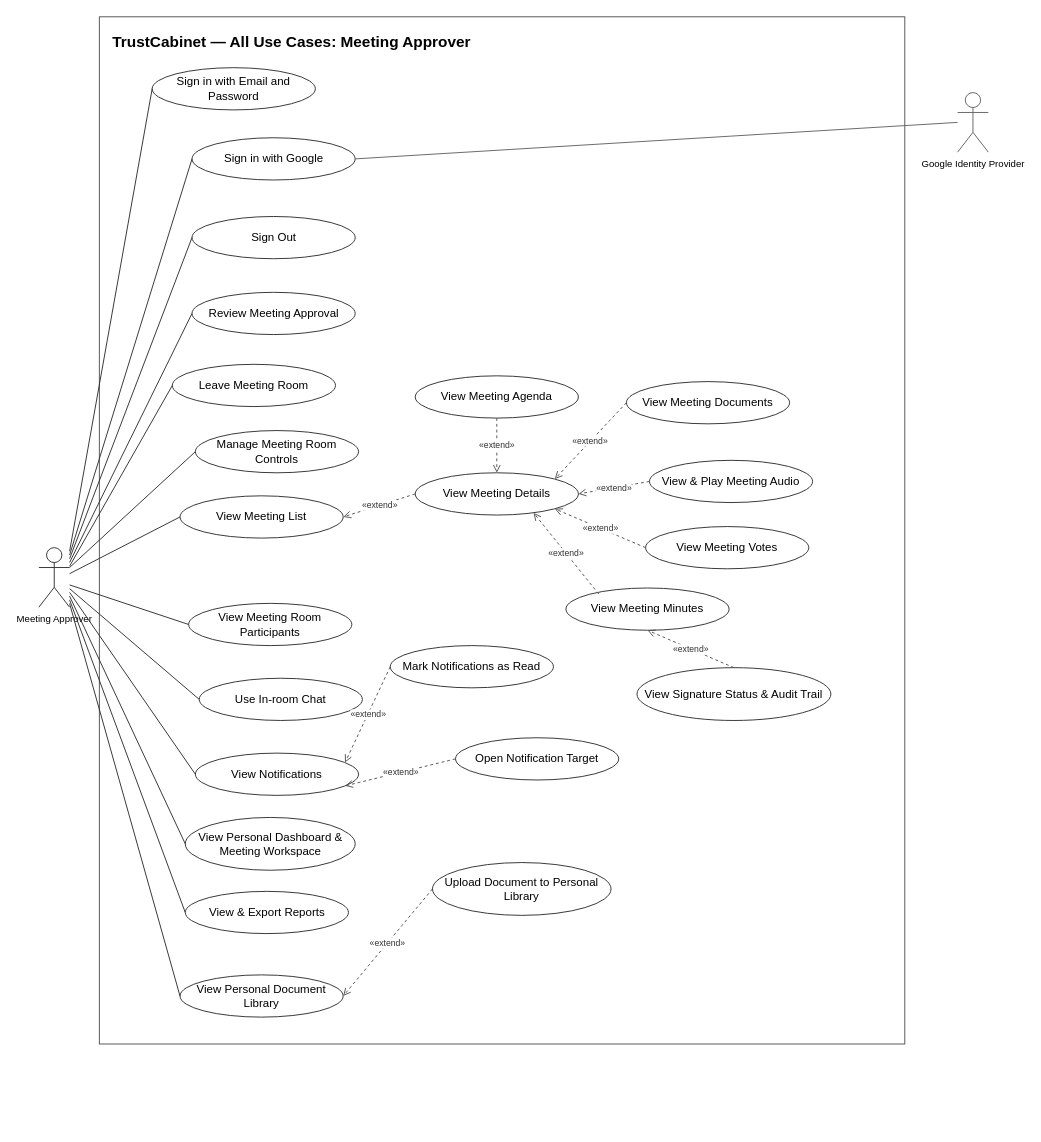
callmehai/FU-FA26-G116 keeps this draw.io diagram as page "Meeting Approver" (3 of 7) of docs/assets/use-case-diagrams/trustcabinet-use-cases.drawio. Above is the earlier version. Source tidied: cells renumbered, new cells numbered last; positions are measured from the earlier drawing's top-left corner, leaving out a move shared by most shapes. Both pictures are drawn from the tidied source at 96%, with x=0, y=0 at pixel (38, 16).
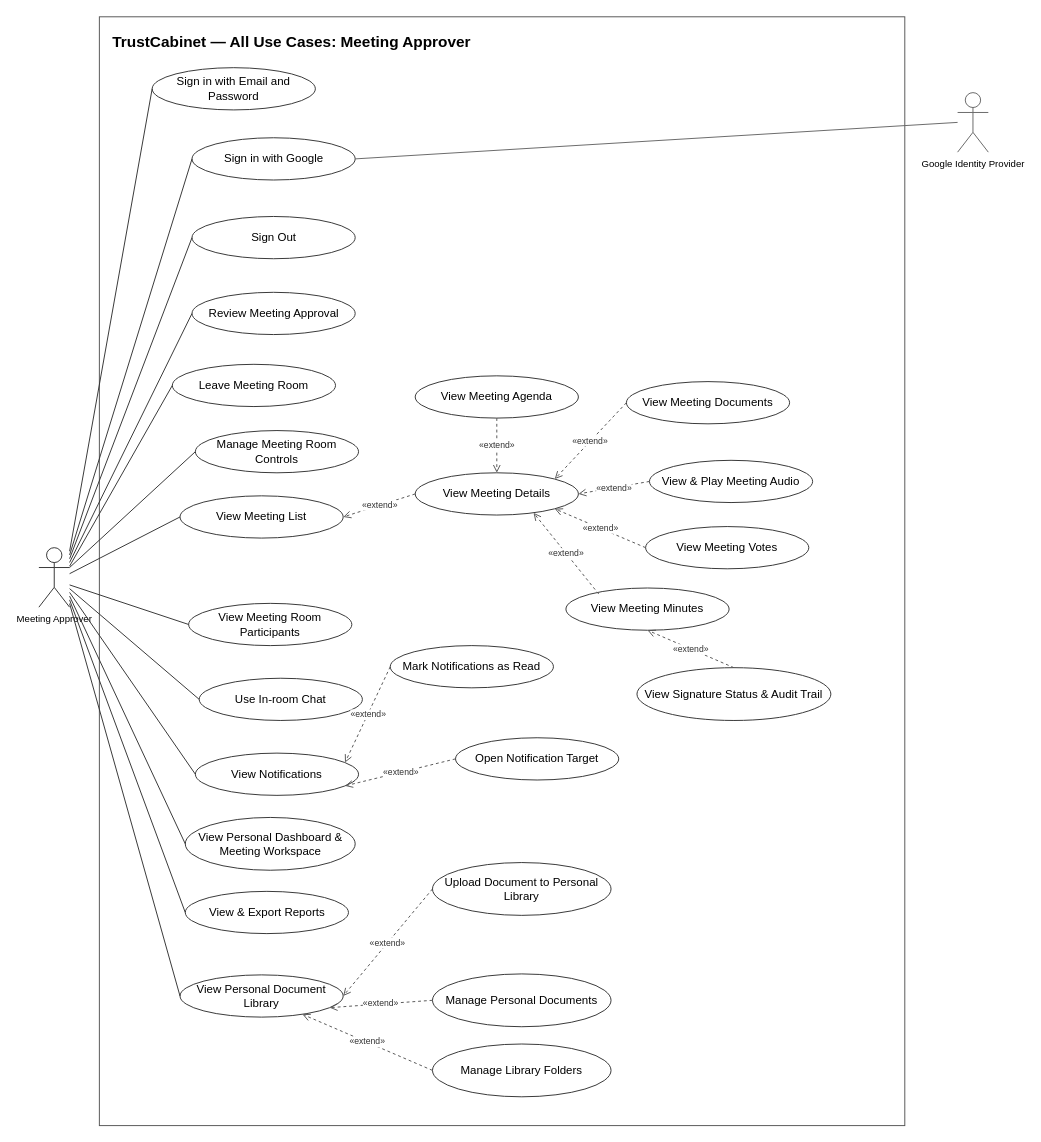
The same page after the edit.

Unchanged cells that the change refers to:
```xml
<mxCell id="24" value="View Personal Document Library" style="ellipse;whiteSpace=wrap;html=1;align=center;verticalAlign=middle;fontSize=12;strokeColor=#333333;fillColor=#ffffff;" parent="1" vertex="1">
  <mxGeometry x="147" y="998" width="170" height="44" as="geometry" />
</mxCell>
```

What changed in the source:
```diff
@@
     <mxCell id="2" value="TrustCabinet — All Use Cases: Meeting Approver" style="rounded=0;whiteSpace=wrap;html=1;align=left;verticalAlign=top;spacingTop=10;spacingLeft=12;fontStyle=1;fontSize=16;strokeColor=#555555;fillColor=none;" parent="1" vertex="1">
-      <mxGeometry x="63" width="839" height="1070" as="geometry" />
+      <mxGeometry x="63" width="839" height="1155" as="geometry" />
     </mxCell>
@@
+    <mxCell id="52" value="Manage Personal Documents" style="ellipse;whiteSpace=wrap;html=1;align=center;verticalAlign=middle;fontSize=12;strokeColor=#333333;fillColor=#ffffff;" parent="1" vertex="1">
+      <mxGeometry x="410" y="997" width="186" height="55" as="geometry" />
+    </mxCell>
+    <mxCell id="53" value="Manage Library Folders" style="ellipse;whiteSpace=wrap;html=1;align=center;verticalAlign=middle;fontSize=12;strokeColor=#333333;fillColor=#ffffff;" parent="1" vertex="1">
+      <mxGeometry x="410" y="1070" width="186" height="55" as="geometry" />
+    </mxCell>
@@
+    <mxCell id="54" value="&amp;#171;extend&amp;#187;" style="edgeStyle=none;html=1;dashed=1;strokeColor=#555555;fontColor=#333333;fontSize=9;endArrow=open;endFill=0;exitX=0;exitY=0.5;exitDx=0;exitDy=0;entryX=0.917;entryY=0.776;entryDx=0;entryDy=0;entryPerimeter=0;" parent="1" edge="1" source="52" target="24">
+      <mxGeometry relative="1" as="geometry" />
+    </mxCell>
+    <mxCell id="55" value="&amp;#171;extend&amp;#187;" style="edgeStyle=none;html=1;dashed=1;strokeColor=#555555;fontColor=#333333;fontSize=9;endArrow=open;endFill=0;exitX=0;exitY=0.5;exitDx=0;exitDy=0;entryX=0.75;entryY=0.933;entryDx=0;entryDy=0;entryPerimeter=0;" parent="1" edge="1" source="53" target="24">
+      <mxGeometry relative="1" as="geometry" />
+    </mxCell>
```
